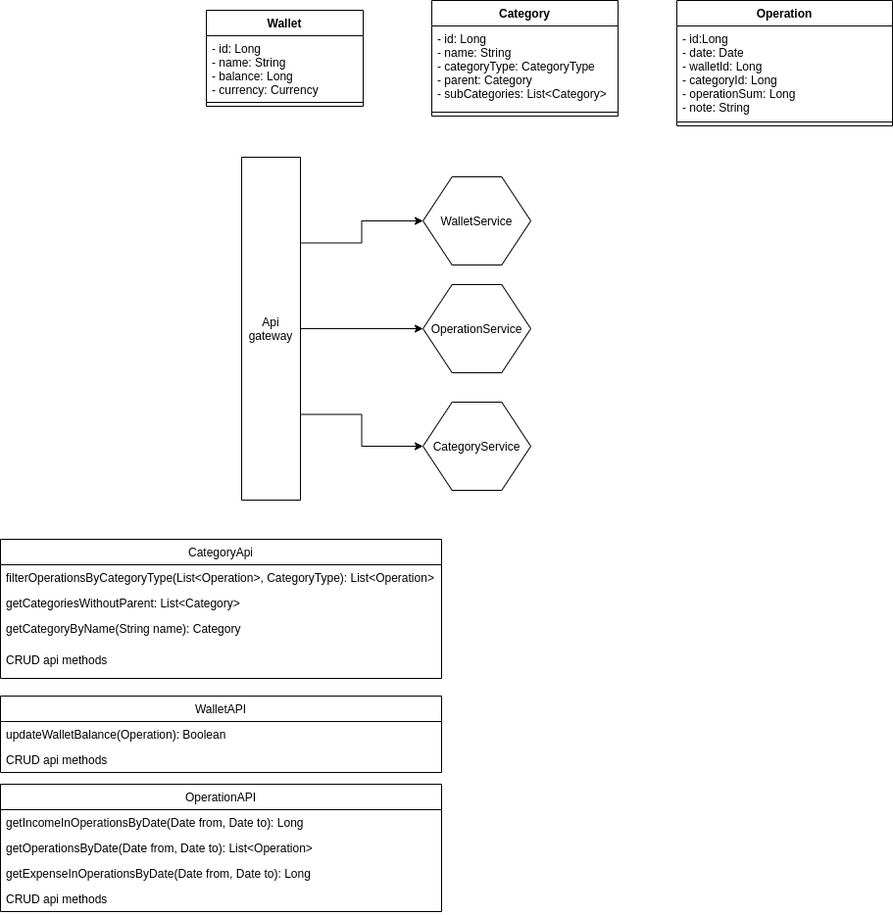
This is Project Architecture.drawio.png from Dankosik/money-lover-microservices, a draw.io export, as it was before one commit. Source tidied: cells renumbered, new cells last; positions are measured from the earlier drawing's top-left corner, leaving out a move shared by most shapes. The source it was exported from:
```xml
<mxGraphModel>
  <root>
    <mxCell id="0" />
    <mxCell id="1" parent="0" />
    <mxCell id="2" style="verticalLabelPosition=bottom;verticalAlign=top;html=1;shape=hexagon;perimeter=hexagonPerimeter2;arcSize=6;size=0.27;" parent="1" vertex="1">
      <mxGeometry x="431" y="410" width="110" height="90" as="geometry" />
    </mxCell>
    <mxCell id="3" value="CategoryService&lt;br&gt;" style="text;html=1;strokeColor=none;fillColor=none;align=center;verticalAlign=middle;whiteSpace=wrap;rounded=0;" parent="1" vertex="1">
      <mxGeometry x="466" y="445" width="40" height="20" as="geometry" />
    </mxCell>
    <mxCell id="4" style="edgeStyle=orthogonalEdgeStyle;rounded=0;orthogonalLoop=1;jettySize=auto;html=1;exitX=0.5;exitY=0;exitDx=0;exitDy=0;entryX=0.5;entryY=0;entryDx=0;entryDy=0;" parent="1" edge="1">
      <mxGeometry relative="1" as="geometry">
        <mxPoint x="402" y="285" as="sourcePoint" />
        <mxPoint x="402" y="285" as="targetPoint" />
      </mxGeometry>
    </mxCell>
    <mxCell id="5" style="verticalLabelPosition=bottom;verticalAlign=top;html=1;shape=hexagon;perimeter=hexagonPerimeter2;arcSize=6;size=0.27;" parent="1" vertex="1">
      <mxGeometry x="431" y="290" width="110" height="90" as="geometry" />
    </mxCell>
    <mxCell id="6" value="OperationService" style="text;html=1;strokeColor=none;fillColor=none;align=center;verticalAlign=middle;whiteSpace=wrap;rounded=0;" parent="1" vertex="1">
      <mxGeometry x="466" y="325" width="40" height="20" as="geometry" />
    </mxCell>
    <mxCell id="7" style="edgeStyle=orthogonalEdgeStyle;rounded=0;orthogonalLoop=1;jettySize=auto;html=1;exitX=0.5;exitY=0;exitDx=0;exitDy=0;entryX=0.5;entryY=0;entryDx=0;entryDy=0;" parent="1" edge="1" source="8" target="8">
      <mxGeometry relative="1" as="geometry" />
    </mxCell>
    <mxCell id="8" style="verticalLabelPosition=bottom;verticalAlign=top;html=1;shape=hexagon;perimeter=hexagonPerimeter2;arcSize=6;size=0.27;" parent="1" vertex="1">
      <mxGeometry x="431" y="180" width="110" height="90" as="geometry" />
    </mxCell>
    <mxCell id="9" value="WalletService" style="text;html=1;strokeColor=none;fillColor=none;align=center;verticalAlign=middle;whiteSpace=wrap;rounded=0;" parent="1" vertex="1">
      <mxGeometry x="466" y="215" width="40" height="20" as="geometry" />
    </mxCell>
    <mxCell id="10" style="edgeStyle=orthogonalEdgeStyle;rounded=0;jettySize=auto;html=1;exitX=0.5;exitY=1;exitDx=0;exitDy=0;" parent="1" edge="1" source="13" target="5">
      <mxGeometry relative="1" as="geometry" />
    </mxCell>
    <mxCell id="11" style="edgeStyle=orthogonalEdgeStyle;rounded=0;jettySize=auto;html=1;exitX=0.75;exitY=1;exitDx=0;exitDy=0;entryX=0;entryY=0.5;entryDx=0;entryDy=0;" parent="1" edge="1" source="13" target="8">
      <mxGeometry relative="1" as="geometry" />
    </mxCell>
    <mxCell id="12" style="edgeStyle=orthogonalEdgeStyle;rounded=0;jettySize=auto;html=1;exitX=0.25;exitY=1;exitDx=0;exitDy=0;entryX=0;entryY=0.5;entryDx=0;entryDy=0;" parent="1" edge="1" source="13" target="2">
      <mxGeometry relative="1" as="geometry" />
    </mxCell>
    <mxCell id="13" value="Api gateway" style="rounded=0;whiteSpace=wrap;html=1;direction=north;" parent="1" vertex="1">
      <mxGeometry x="246" y="160" width="60" height="350" as="geometry" />
    </mxCell>
    <mxCell id="14" value="Operation" style="swimlane;fontStyle=1;align=center;verticalAlign=top;horizontal=1;startSize=26;" parent="1" vertex="1">
      <mxGeometry x="690" width="220" height="128" as="geometry" />
    </mxCell>
    <mxCell id="15" value="- id:Long&#10;- date: Date&#10;- walletId: Long&#10;- categoryId: Long&#10;- operationSum: Long&#10;- note: String &#10;" style="text;strokeColor=none;fillColor=none;align=left;verticalAlign=top;spacingLeft=4;spacingRight=4;overflow=hidden;" parent="14" vertex="1">
      <mxGeometry y="26" width="220" height="94" as="geometry" />
    </mxCell>
    <mxCell id="16" style="line;strokeWidth=1;fillColor=none;align=left;verticalAlign=middle;spacingTop=-1;spacingLeft=3;spacingRight=3;labelPosition=right;" parent="14" vertex="1">
      <mxGeometry y="120" width="220" height="8" as="geometry" />
    </mxCell>
    <mxCell id="17" value="Category" style="swimlane;fontStyle=1;align=center;verticalAlign=top;horizontal=1;startSize=26;" parent="1" vertex="1">
      <mxGeometry x="440" width="190" height="118" as="geometry" />
    </mxCell>
    <mxCell id="18" value="- id: Long&#10;- name: String&#10;- categoryType: CategoryType&#10;- parent: Category&#10;- subCategories: List&lt;Category&gt;" style="text;strokeColor=none;fillColor=none;align=left;verticalAlign=top;spacingLeft=4;spacingRight=4;overflow=hidden;" parent="17" vertex="1">
      <mxGeometry y="26" width="190" height="84" as="geometry" />
    </mxCell>
    <mxCell id="19" style="line;strokeWidth=1;fillColor=none;align=left;verticalAlign=middle;spacingTop=-1;spacingLeft=3;spacingRight=3;labelPosition=right;" parent="17" vertex="1">
      <mxGeometry y="110" width="190" height="8" as="geometry" />
    </mxCell>
    <mxCell id="20" value="Wallet" style="swimlane;fontStyle=1;align=center;verticalAlign=top;horizontal=1;startSize=26;" parent="1" vertex="1">
      <mxGeometry x="210" y="10" width="160" height="98" as="geometry" />
    </mxCell>
    <mxCell id="21" value="- id: Long&#10;- name: String&#10;- balance: Long&#10;- currency: Currency" style="text;strokeColor=none;fillColor=none;align=left;verticalAlign=top;spacingLeft=4;spacingRight=4;overflow=hidden;" parent="20" vertex="1">
      <mxGeometry y="26" width="160" height="64" as="geometry" />
    </mxCell>
    <mxCell id="22" style="line;strokeWidth=1;fillColor=none;align=left;verticalAlign=middle;spacingTop=-1;spacingLeft=3;spacingRight=3;labelPosition=right;" parent="20" vertex="1">
      <mxGeometry y="90" width="160" height="8" as="geometry" />
    </mxCell>
    <mxCell id="23" value="CategoryApi" style="swimlane;fontStyle=0;horizontal=1;startSize=26;" parent="1" vertex="1">
      <mxGeometry y="550" width="450" height="142" as="geometry" />
    </mxCell>
    <mxCell id="24" value="filterOperationsByCategoryType(List&lt;Operation&gt;, CategoryType): List&lt;Operation&gt;&#10; " style="text;strokeColor=none;fillColor=none;align=left;verticalAlign=top;spacingLeft=4;spacingRight=4;overflow=hidden;" parent="23" vertex="1">
      <mxGeometry y="26" width="450" height="26" as="geometry" />
    </mxCell>
    <mxCell id="25" value="getCategoriesWithoutParent: List&lt;Category&gt;" style="text;strokeColor=none;fillColor=none;align=left;verticalAlign=top;spacingLeft=4;spacingRight=4;overflow=hidden;" parent="23" vertex="1">
      <mxGeometry y="52" width="450" height="26" as="geometry" />
    </mxCell>
    <mxCell id="26" value="getCategoryByName(String name): Category&#10;" style="text;strokeColor=none;fillColor=none;align=left;verticalAlign=top;spacingLeft=4;spacingRight=4;overflow=hidden;" parent="23" vertex="1">
      <mxGeometry y="78" width="450" height="32" as="geometry" />
    </mxCell>
    <mxCell id="27" value="CRUD api methods" style="text;strokeColor=none;fillColor=none;align=left;verticalAlign=top;spacingLeft=4;spacingRight=4;overflow=hidden;" parent="23" vertex="1">
      <mxGeometry y="110" width="450" height="32" as="geometry" />
    </mxCell>
    <mxCell id="28" value="WalletAPI" style="swimlane;fontStyle=0;horizontal=1;startSize=26;" parent="1" vertex="1">
      <mxGeometry y="710" width="450" height="78" as="geometry" />
    </mxCell>
    <mxCell id="29" value="updateWalletBalance(Operation): Boolean" style="text;strokeColor=none;fillColor=none;align=left;verticalAlign=top;spacingLeft=4;spacingRight=4;overflow=hidden;" parent="28" vertex="1">
      <mxGeometry y="26" width="450" height="26" as="geometry" />
    </mxCell>
    <mxCell id="30" value="CRUD api methods" style="text;strokeColor=none;fillColor=none;align=left;verticalAlign=top;spacingLeft=4;spacingRight=4;overflow=hidden;" parent="28" vertex="1">
      <mxGeometry y="52" width="450" height="26" as="geometry" />
    </mxCell>
    <mxCell id="31" value="OperationAPI" style="swimlane;fontStyle=0;horizontal=1;startSize=26;" parent="1" vertex="1">
      <mxGeometry y="800" width="450" height="130" as="geometry" />
    </mxCell>
    <mxCell id="32" value="getIncomeInOperationsByDate(Date from, Date to): Long" style="text;strokeColor=none;fillColor=none;align=left;verticalAlign=top;spacingLeft=4;spacingRight=4;overflow=hidden;" parent="31" vertex="1">
      <mxGeometry y="26" width="450" height="26" as="geometry" />
    </mxCell>
    <mxCell id="33" value="getOperationsByDate(Date from, Date to): List&lt;Operation&gt;" style="text;strokeColor=none;fillColor=none;align=left;verticalAlign=top;spacingLeft=4;spacingRight=4;overflow=hidden;" parent="31" vertex="1">
      <mxGeometry y="52" width="450" height="26" as="geometry" />
    </mxCell>
    <mxCell id="34" value="getExpenseInOperationsByDate(Date from, Date to): Long" style="text;strokeColor=none;fillColor=none;align=left;verticalAlign=top;spacingLeft=4;spacingRight=4;overflow=hidden;" parent="31" vertex="1">
      <mxGeometry y="78" width="450" height="26" as="geometry" />
    </mxCell>
    <mxCell id="35" value="CRUD api methods" style="text;strokeColor=none;fillColor=none;align=left;verticalAlign=top;spacingLeft=4;spacingRight=4;overflow=hidden;" parent="31" vertex="1">
      <mxGeometry y="104" width="450" height="26" as="geometry" />
    </mxCell>
  </root>
</mxGraphModel>
```
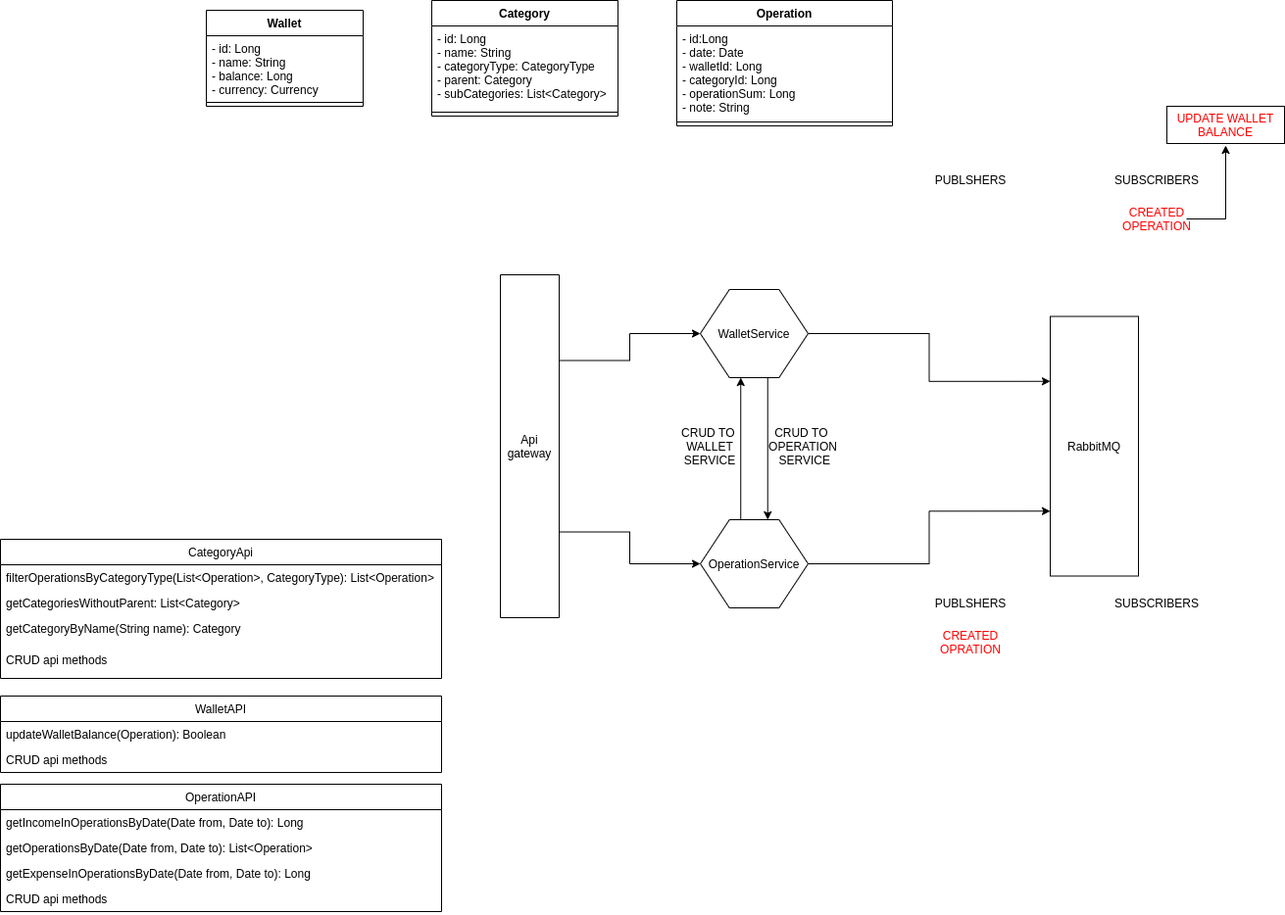
Later version of the same file.

Commit message:
deleted category service, added rabbitMQ commutication

Change to the diagram source:
```diff
@@ -2,44 +2,50 @@
   <root>
     <mxCell id="0" />
     <mxCell id="1" parent="0" />
-    <mxCell id="2" style="verticalLabelPosition=bottom;verticalAlign=top;html=1;shape=hexagon;perimeter=hexagonPerimeter2;arcSize=6;size=0.27;" parent="1" vertex="1">
-      <mxGeometry x="431" y="410" width="110" height="90" as="geometry" />
-    </mxCell>
-    <mxCell id="3" value="CategoryService&lt;br&gt;" style="text;html=1;strokeColor=none;fillColor=none;align=center;verticalAlign=middle;whiteSpace=wrap;rounded=0;" parent="1" vertex="1">
-      <mxGeometry x="466" y="445" width="40" height="20" as="geometry" />
-    </mxCell>
     <mxCell id="4" style="edgeStyle=orthogonalEdgeStyle;rounded=0;orthogonalLoop=1;jettySize=auto;html=1;exitX=0.5;exitY=0;exitDx=0;exitDy=0;entryX=0.5;entryY=0;entryDx=0;entryDy=0;" parent="1" edge="1">
       <mxGeometry relative="1" as="geometry">
-        <mxPoint x="402" y="285" as="sourcePoint" />
-        <mxPoint x="402" y="285" as="targetPoint" />
+        <mxPoint x="666" y="405" as="sourcePoint" />
+        <mxPoint x="666" y="405" as="targetPoint" />
       </mxGeometry>
     </mxCell>
+    <mxCell id="36" style="edgeStyle=orthogonalEdgeStyle;rounded=0;jettySize=auto;html=1;exitX=1;exitY=0.5;exitDx=0;exitDy=0;entryX=0.75;entryY=1;entryDx=0;entryDy=0;" parent="1" edge="1" source="5" target="40">
+      <mxGeometry relative="1" as="geometry" />
+    </mxCell>
+    <mxCell id="37" style="edgeStyle=orthogonalEdgeStyle;rounded=0;jettySize=auto;html=1;exitX=0.375;exitY=0;exitDx=0;exitDy=0;entryX=0.375;entryY=1;entryDx=0;entryDy=0;" parent="1" edge="1" source="5" target="8">
+      <mxGeometry relative="1" as="geometry" />
+    </mxCell>
     <mxCell id="5" style="verticalLabelPosition=bottom;verticalAlign=top;html=1;shape=hexagon;perimeter=hexagonPerimeter2;arcSize=6;size=0.27;" parent="1" vertex="1">
-      <mxGeometry x="431" y="290" width="110" height="90" as="geometry" />
+      <mxGeometry x="714" y="530" width="110" height="90" as="geometry" />
     </mxCell>
     <mxCell id="6" value="OperationService" style="text;html=1;strokeColor=none;fillColor=none;align=center;verticalAlign=middle;whiteSpace=wrap;rounded=0;" parent="1" vertex="1">
-      <mxGeometry x="466" y="325" width="40" height="20" as="geometry" />
+      <mxGeometry x="749" y="565" width="40" height="20" as="geometry" />
     </mxCell>
-    <mxCell id="7" style="edgeStyle=orthogonalEdgeStyle;rounded=0;orthogonalLoop=1;jettySize=auto;html=1;exitX=0.5;exitY=0;exitDx=0;exitDy=0;entryX=0.5;entryY=0;entryDx=0;entryDy=0;" parent="1" edge="1" source="8" target="8">
-      <mxGeometry relative="1" as="geometry" />
+    <mxCell id="7" style="edgeStyle=orthogonalEdgeStyle;rounded=0;orthogonalLoop=1;jettySize=auto;html=1;exitX=0.5;exitY=0;exitDx=0;exitDy=0;entryX=0.5;entryY=0;entryDx=0;entryDy=0;" parent="1" edge="1">
+      <mxGeometry relative="1" as="geometry">
+        <mxPoint x="779" y="330" as="sourcePoint" />
+        <mxPoint x="779" y="330" as="targetPoint" />
+      </mxGeometry>
     </mxCell>
+    <mxCell id="38" style="edgeStyle=orthogonalEdgeStyle;rounded=0;jettySize=auto;html=1;exitX=1;exitY=0.5;exitDx=0;exitDy=0;entryX=0.25;entryY=1;entryDx=0;entryDy=0;" parent="1" edge="1" source="8" target="40">
+      <mxGeometry relative="1" as="geometry" />
+    </mxCell>
+    <mxCell id="39" style="edgeStyle=orthogonalEdgeStyle;rounded=0;jettySize=auto;html=1;exitX=0.625;exitY=1;exitDx=0;exitDy=0;entryX=0.625;entryY=0;entryDx=0;entryDy=0;" parent="1" edge="1" source="8" target="5">
+      <mxGeometry relative="1" as="geometry" />
+    </mxCell>
     <mxCell id="8" style="verticalLabelPosition=bottom;verticalAlign=top;html=1;shape=hexagon;perimeter=hexagonPerimeter2;arcSize=6;size=0.27;" parent="1" vertex="1">
-      <mxGeometry x="431" y="180" width="110" height="90" as="geometry" />
+      <mxGeometry x="714" y="295" width="110" height="90" as="geometry" />
     </mxCell>
     <mxCell id="9" value="WalletService" style="text;html=1;strokeColor=none;fillColor=none;align=center;verticalAlign=middle;whiteSpace=wrap;rounded=0;" parent="1" vertex="1">
-      <mxGeometry x="466" y="215" width="40" height="20" as="geometry" />
+      <mxGeometry x="749" y="330" width="40" height="20" as="geometry" />
     </mxCell>
+    <mxCell id="11" style="edgeStyle=orthogonalEdgeStyle;rounded=0;jettySize=auto;html=1;exitX=0.75;exitY=1;exitDx=0;exitDy=0;entryX=0;entryY=0.5;entryDx=0;entryDy=0;" parent="1" edge="1" source="13" target="8">
+      <mxGeometry relative="1" as="geometry" />
+    </mxCell>
-    <mxCell id="10" style="edgeStyle=orthogonalEdgeStyle;rounded=0;jettySize=auto;html=1;exitX=0.5;exitY=1;exitDx=0;exitDy=0;" parent="1" edge="1" source="13" target="5">
+    <mxCell id="10" style="edgeStyle=orthogonalEdgeStyle;rounded=0;jettySize=auto;html=1;exitX=0.25;exitY=1;exitDx=0;exitDy=0;entryX=0;entryY=0.5;entryDx=0;entryDy=0;" parent="1" edge="1" source="13" target="5">
       <mxGeometry relative="1" as="geometry" />
     </mxCell>
-    <mxCell id="11" style="edgeStyle=orthogonalEdgeStyle;rounded=0;jettySize=auto;html=1;exitX=0.75;exitY=1;exitDx=0;exitDy=0;entryX=0;entryY=0.5;entryDx=0;entryDy=0;" parent="1" edge="1" source="13" target="8">
-      <mxGeometry relative="1" as="geometry" />
-    </mxCell>
-    <mxCell id="12" style="edgeStyle=orthogonalEdgeStyle;rounded=0;jettySize=auto;html=1;exitX=0.25;exitY=1;exitDx=0;exitDy=0;entryX=0;entryY=0.5;entryDx=0;entryDy=0;" parent="1" edge="1" source="13" target="2">
-      <mxGeometry relative="1" as="geometry" />
-    </mxCell>
     <mxCell id="13" value="Api gateway" style="rounded=0;whiteSpace=wrap;html=1;direction=north;" parent="1" vertex="1">
-      <mxGeometry x="246" y="160" width="60" height="350" as="geometry" />
+      <mxGeometry x="510" y="280" width="60" height="350" as="geometry" />
     </mxCell>
     <mxCell id="14" value="Operation" style="swimlane;fontStyle=1;align=center;verticalAlign=top;horizontal=1;startSize=26;" parent="1" vertex="1">
       <mxGeometry x="690" width="220" height="128" as="geometry" />
@@ -107,5 +113,40 @@
     <mxCell id="35" value="CRUD api methods" style="text;strokeColor=none;fillColor=none;align=left;verticalAlign=top;spacingLeft=4;spacingRight=4;overflow=hidden;" parent="31" vertex="1">
       <mxGeometry y="104" width="450" height="26" as="geometry" />
     </mxCell>
+    <mxCell id="40" value="RabbitMQ" style="rounded=0;whiteSpace=wrap;html=1;direction=south;" parent="1" vertex="1">
+      <mxGeometry x="1071" y="322.5" width="90" height="265" as="geometry" />
+    </mxCell>
+    <mxCell id="41" value="CRUD TO&amp;nbsp;&lt;br&gt;WALLET SERVICE&lt;br&gt;" style="text;html=1;strokeColor=none;fillColor=none;align=center;verticalAlign=middle;whiteSpace=wrap;rounded=0;" parent="1" vertex="1">
+      <mxGeometry x="694" y="440" width="60" height="30" as="geometry" />
+    </mxCell>
+    <mxCell id="42" value="CRUD TO&amp;nbsp;&lt;br&gt;OPERATION&lt;br&gt;&amp;nbsp;SERVICE" style="text;html=1;strokeColor=none;fillColor=none;align=center;verticalAlign=middle;whiteSpace=wrap;rounded=0;" parent="1" vertex="1">
+      <mxGeometry x="789" y="440" width="60" height="30" as="geometry" />
+    </mxCell>
+    <mxCell id="43" value="CREATED&lt;br&gt;OPRATION" style="text;html=1;strokeColor=none;fillColor=none;align=center;verticalAlign=middle;whiteSpace=wrap;rounded=0;labelBackgroundColor=default;fontColor=#FF0000;" parent="1" vertex="1">
+      <mxGeometry x="960" y="640" width="60" height="30" as="geometry" />
+    </mxCell>
+    <mxCell id="44" value="PUBLSHERS&lt;br&gt;" style="text;html=1;strokeColor=none;fillColor=none;align=center;verticalAlign=middle;whiteSpace=wrap;rounded=0;" parent="1" vertex="1">
+      <mxGeometry x="960" y="600" width="60" height="30" as="geometry" />
+    </mxCell>
+    <mxCell id="45" value="PUBLSHERS&lt;br&gt;" style="text;html=1;strokeColor=none;fillColor=none;align=center;verticalAlign=middle;whiteSpace=wrap;rounded=0;" parent="1" vertex="1">
+      <mxGeometry x="960" y="168" width="60" height="30" as="geometry" />
+    </mxCell>
+    <mxCell id="46" value="SUBSCRIBERS" style="text;html=1;strokeColor=none;fillColor=none;align=center;verticalAlign=middle;whiteSpace=wrap;rounded=0;" parent="1" vertex="1">
+      <mxGeometry x="1150" y="168" width="60" height="30" as="geometry" />
+    </mxCell>
+    <mxCell id="47" style="edgeStyle=orthogonalEdgeStyle;rounded=0;jettySize=auto;html=1;exitX=1;exitY=0.5;exitDx=0;exitDy=0;fontColor=#FF0000;" parent="1" edge="1" source="48">
+      <mxGeometry relative="1" as="geometry">
+        <mxPoint x="1250" y="148" as="targetPoint" />
+      </mxGeometry>
+    </mxCell>
+    <mxCell id="48" value="CREATED OPERATION" style="text;html=1;strokeColor=none;fillColor=none;align=center;verticalAlign=middle;whiteSpace=wrap;rounded=0;fontColor=#FF0000;" parent="1" vertex="1">
+      <mxGeometry x="1150" y="208" width="60" height="30" as="geometry" />
+    </mxCell>
+    <mxCell id="49" value="SUBSCRIBERS" style="text;html=1;strokeColor=none;fillColor=none;align=center;verticalAlign=middle;whiteSpace=wrap;rounded=0;" parent="1" vertex="1">
+      <mxGeometry x="1150" y="600" width="60" height="30" as="geometry" />
+    </mxCell>
+    <mxCell id="50" value="UPDATE WALLET BALANCE&lt;br&gt;" style="rounded=0;whiteSpace=wrap;html=1;labelBackgroundColor=default;fontColor=#FF0000;" parent="1" vertex="1">
+      <mxGeometry x="1190" y="108" width="120" height="38" as="geometry" />
+    </mxCell>
   </root>
 </mxGraphModel>
```
